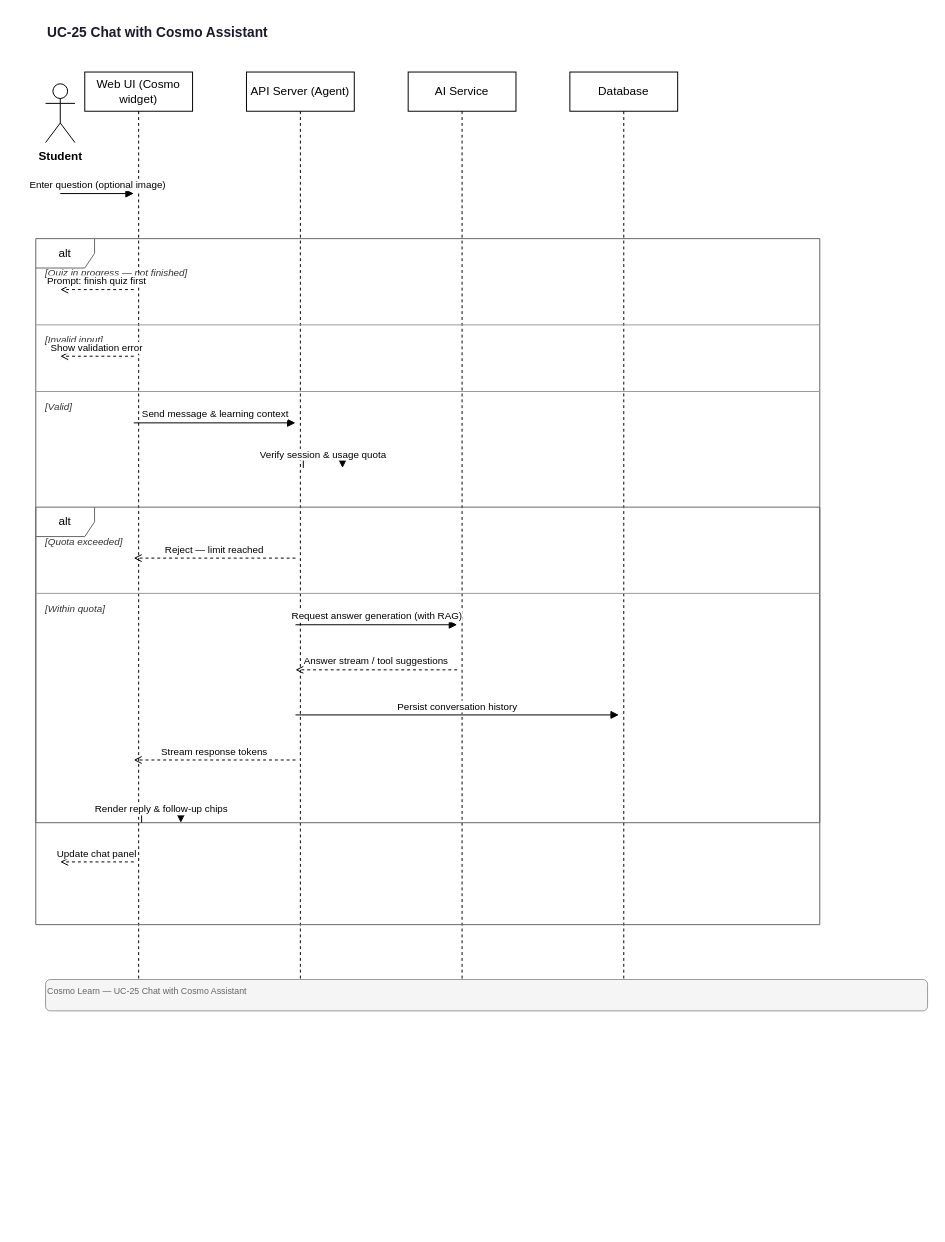
Before: docs/diagrams/sequence/UC-25-Chat-with-Cosmo.drawio in quangg1/ASTRO_EDU, a draw.io diagram. Source tidied: cells renumbered, new cells numbered last; positions are measured from the earlier drawing's top-left corner, leaving out a move shared by most shapes. Both pictures are drawn from the tidied source at 98%, with x=0, y=0 at pixel (35, 17).
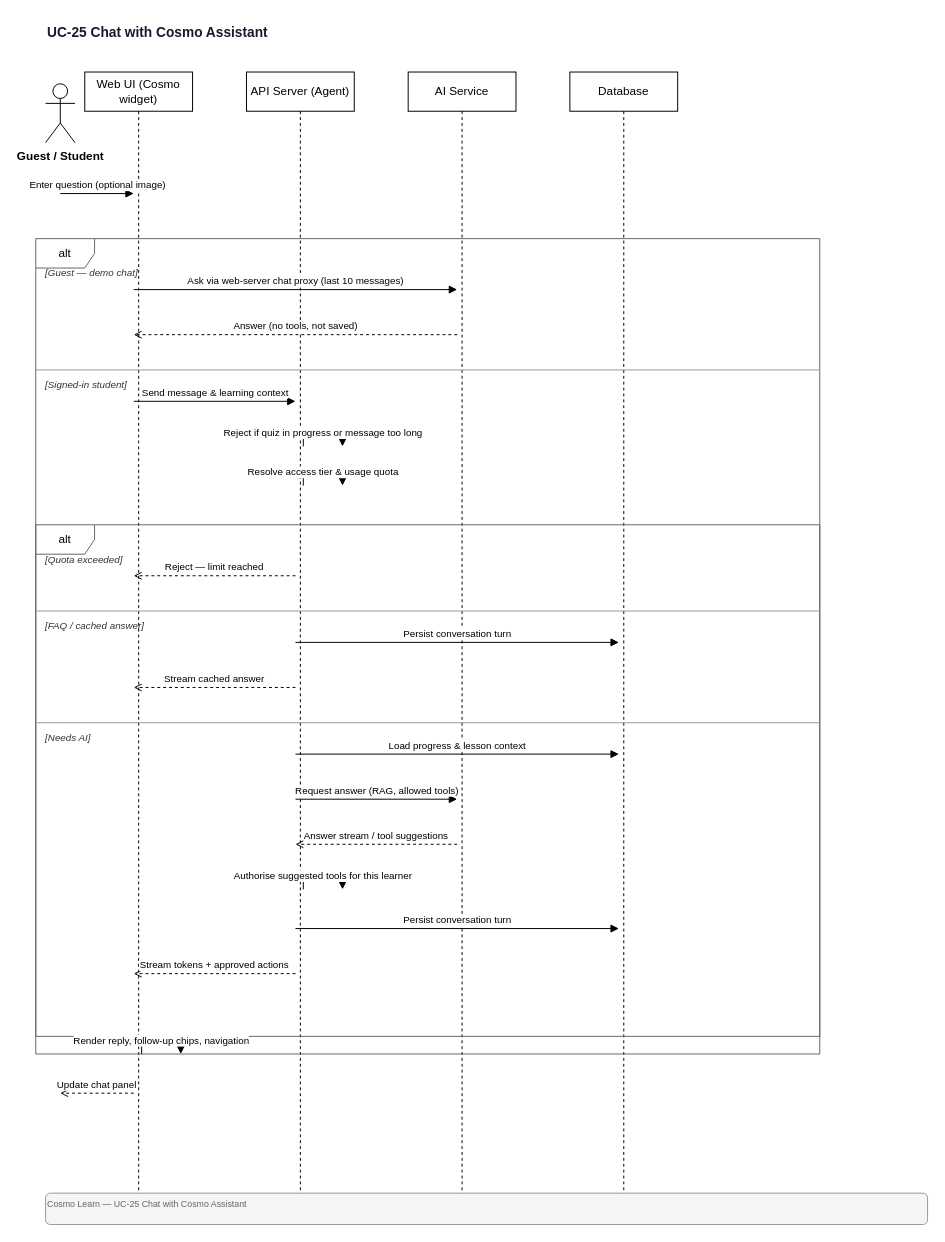
Above is the later version.

Diff of the diagram source:
```diff
@@
-    <mxCell id="3" value="Student" style="shape=umlActor;verticalLabelPosition=bottom;verticalAlign=top;html=1;fontSize=12;fontStyle=1;" parent="1" vertex="1">
+    <mxCell id="3" value="Guest / Student" style="shape=umlActor;verticalLabelPosition=bottom;verticalAlign=top;html=1;fontSize=12;fontStyle=1;" parent="1" vertex="1">
       <mxGeometry x="10" y="68" width="30" height="60" as="geometry" />
     </mxCell>
     <mxCell id="4" value="Web UI (Cosmo widget)" style="shape=umlLifeline;perimeter=lifelinePerimeter;whiteSpace=wrap;html=1;size=40;" parent="1" vertex="1">
-      <mxGeometry x="50" y="56" width="110" height="928" as="geometry" />
+      <mxGeometry x="50" y="56" width="110" height="1146" as="geometry" />
     </mxCell>
     <mxCell id="5" value="API Server (Agent)" style="shape=umlLifeline;perimeter=lifelinePerimeter;whiteSpace=wrap;html=1;size=40;" parent="1" vertex="1">
-      <mxGeometry x="215" y="56" width="110" height="928" as="geometry" />
+      <mxGeometry x="215" y="56" width="110" height="1146" as="geometry" />
     </mxCell>
     <mxCell id="6" value="AI Service" style="shape=umlLifeline;perimeter=lifelinePerimeter;whiteSpace=wrap;html=1;size=40;" parent="1" vertex="1">
-      <mxGeometry x="380" y="56" width="110" height="928" as="geometry" />
+      <mxGeometry x="380" y="56" width="110" height="1146" as="geometry" />
     </mxCell>
     <mxCell id="7" value="Database" style="shape=umlLifeline;perimeter=lifelinePerimeter;whiteSpace=wrap;html=1;size=40;" parent="1" vertex="1">
-      <mxGeometry x="545" y="56" width="110" height="928" as="geometry" />
+      <mxGeometry x="545" y="56" width="110" height="1146" as="geometry" />
     </mxCell>
@@
     <mxCell id="9" value="alt" style="shape=umlFrame;whiteSpace=wrap;html=1;fillColor=none;strokeColor=#666666;" parent="1" vertex="1">
-      <mxGeometry y="226" width="800" height="700" as="geometry" />
+      <mxGeometry y="226" width="800" height="832" as="geometry" />
     </mxCell>
-    <mxCell id="10" value="[Quiz in progress — not finished]" style="text;html=1;strokeColor=none;fillColor=none;align=left;verticalAlign=middle;fontSize=10;fontStyle=2;fontColor=#333333;" parent="1" vertex="1">
+    <mxCell id="10" value="[Guest — demo chat]" style="text;html=1;strokeColor=none;fillColor=none;align=left;verticalAlign=middle;fontSize=10;fontStyle=2;fontColor=#333333;" parent="1" vertex="1">
       <mxGeometry x="8" y="252" width="784" height="18" as="geometry" />
     </mxCell>
-    <mxCell id="11" value="Prompt: finish quiz first" style="endArrow=open;endFill=0;html=1;dashed=1;fontSize=10;verticalAlign=bottom;" parent="1" edge="1">
+    <mxCell id="11" value="Ask via web-server chat proxy (last 10 messages)" style="endArrow=block;endFill=1;html=1;fontSize=10;verticalAlign=bottom;" parent="1" edge="1">
       <mxGeometry relative="1" as="geometry">
         <mxPoint x="100" y="278" as="sourcePoint" />
-        <mxPoint x="25" y="278" as="targetPoint" />
+        <mxPoint x="430" y="278" as="targetPoint" />
       </mxGeometry>
     </mxCell>
-    <mxCell id="12" value="[Invalid input]" style="text;html=1;strokeColor=none;fillColor=none;align=left;verticalAlign=middle;fontSize=10;fontStyle=2;fontColor=#333333;" parent="1" vertex="1">
-      <mxGeometry x="8" y="320" width="784" height="18" as="geometry" />
+    <mxCell id="12" value="Answer (no tools, not saved)" style="endArrow=open;endFill=0;html=1;dashed=1;fontSize=10;verticalAlign=bottom;" parent="1" edge="1">
+      <mxGeometry relative="1" as="geometry">
+        <mxPoint x="430" y="324" as="sourcePoint" />
+        <mxPoint x="100" y="324" as="targetPoint" />
+      </mxGeometry>
     </mxCell>
-    <mxCell id="13" style="endArrow=none;html=1;strokeWidth=1;strokeColor=#999999;" parent="1" edge="1">
-      <mxGeometry relative="1" as="geometry">
-        <mxPoint y="314" as="sourcePoint" />
-        <mxPoint x="800" y="314" as="targetPoint" />
-      </mxGeometry>
+    <mxCell id="13" value="[Signed-in student]" style="text;html=1;strokeColor=none;fillColor=none;align=left;verticalAlign=middle;fontSize=10;fontStyle=2;fontColor=#333333;" parent="1" vertex="1">
+      <mxGeometry x="8" y="366" width="784" height="18" as="geometry" />
     </mxCell>
-    <mxCell id="14" value="Show validation error" style="endArrow=open;endFill=0;html=1;dashed=1;fontSize=10;verticalAlign=bottom;" parent="1" edge="1">
+    <mxCell id="14" style="endArrow=none;html=1;strokeWidth=1;strokeColor=#999999;" parent="1" edge="1">
       <mxGeometry relative="1" as="geometry">
-        <mxPoint x="100" y="346" as="sourcePoint" />
-        <mxPoint x="25" y="346" as="targetPoint" />
+        <mxPoint y="360" as="sourcePoint" />
+        <mxPoint x="800" y="360" as="targetPoint" />
       </mxGeometry>
     </mxCell>
-    <mxCell id="15" value="[Valid]" style="text;html=1;strokeColor=none;fillColor=none;align=left;verticalAlign=middle;fontSize=10;fontStyle=2;fontColor=#333333;" parent="1" vertex="1">
-      <mxGeometry x="8" y="388" width="784" height="18" as="geometry" />
+    <mxCell id="15" value="Send message &amp; learning context" style="endArrow=block;endFill=1;html=1;fontSize=10;verticalAlign=bottom;" parent="1" edge="1">
+      <mxGeometry relative="1" as="geometry">
+        <mxPoint x="100" y="392" as="sourcePoint" />
+        <mxPoint x="265" y="392" as="targetPoint" />
+      </mxGeometry>
     </mxCell>
-    <mxCell id="16" style="endArrow=none;html=1;strokeWidth=1;strokeColor=#999999;" parent="1" edge="1">
+    <mxCell id="16" value="Reject if quiz in progress or message too long" style="endArrow=block;endFill=1;html=1;fontSize=10;edgeStyle=orthogonalEdgeStyle;rounded=0;" parent="1" edge="1">
       <mxGeometry relative="1" as="geometry">
-        <mxPoint y="382" as="sourcePoint" />
-        <mxPoint x="800" y="382" as="targetPoint" />
+        <mxPoint x="273" y="438" as="sourcePoint" />
+        <mxPoint x="313" y="438" as="targetPoint" />
+        <Array as="points">
+          <mxPoint x="313" y="424" />
+          <mxPoint x="273" y="424" />
+        </Array>
       </mxGeometry>
     </mxCell>
-    <mxCell id="17" value="Send message &amp; learning context" style="endArrow=block;endFill=1;html=1;fontSize=10;verticalAlign=bottom;" parent="1" edge="1">
+    <mxCell id="17" value="Resolve access tier &amp; usage quota" style="endArrow=block;endFill=1;html=1;fontSize=10;edgeStyle=orthogonalEdgeStyle;rounded=0;" parent="1" edge="1">
       <mxGeometry relative="1" as="geometry">
-        <mxPoint x="100" y="414" as="sourcePoint" />
-        <mxPoint x="265" y="414" as="targetPoint" />
+        <mxPoint x="273" y="478" as="sourcePoint" />
+        <mxPoint x="313" y="478" as="targetPoint" />
+        <Array as="points">
+          <mxPoint x="313" y="464" />
+          <mxPoint x="273" y="464" />
+        </Array>
       </mxGeometry>
     </mxCell>
-    <mxCell id="18" value="Verify session &amp; usage quota" style="endArrow=block;endFill=1;html=1;fontSize=10;edgeStyle=orthogonalEdgeStyle;rounded=0;" parent="1" edge="1">
-      <mxGeometry relative="1" as="geometry">
-        <mxPoint x="273" y="460" as="sourcePoint" />
-        <mxPoint x="313" y="460" as="targetPoint" />
-        <Array as="points">
-          <mxPoint x="313" y="446" />
-          <mxPoint x="273" y="446" />
-        </Array>
-      </mxGeometry>
+    <mxCell id="18" value="alt" style="shape=umlFrame;whiteSpace=wrap;html=1;fillColor=none;strokeColor=#666666;" parent="1" vertex="1">
+      <mxGeometry y="518" width="800" height="522" as="geometry" />
     </mxCell>
-    <mxCell id="19" value="alt" style="shape=umlFrame;whiteSpace=wrap;html=1;fillColor=none;strokeColor=#666666;" parent="1" vertex="1">
-      <mxGeometry y="500" width="800" height="322" as="geometry" />
+    <mxCell id="19" value="[Quota exceeded]" style="text;html=1;strokeColor=none;fillColor=none;align=left;verticalAlign=middle;fontSize=10;fontStyle=2;fontColor=#333333;" parent="1" vertex="1">
+      <mxGeometry x="8" y="544" width="784" height="18" as="geometry" />
     </mxCell>
-    <mxCell id="20" value="[Quota exceeded]" style="text;html=1;strokeColor=none;fillColor=none;align=left;verticalAlign=middle;fontSize=10;fontStyle=2;fontColor=#333333;" parent="1" vertex="1">
-      <mxGeometry x="8" y="526" width="784" height="18" as="geometry" />
+    <mxCell id="20" value="Reject — limit reached" style="endArrow=open;endFill=0;html=1;dashed=1;fontSize=10;verticalAlign=bottom;" parent="1" edge="1">
+      <mxGeometry relative="1" as="geometry">
+        <mxPoint x="265" y="570" as="sourcePoint" />
+        <mxPoint x="100" y="570" as="targetPoint" />
+      </mxGeometry>
     </mxCell>
-    <mxCell id="21" value="Reject — limit reached" style="endArrow=open;endFill=0;html=1;dashed=1;fontSize=10;verticalAlign=bottom;" parent="1" edge="1">
-      <mxGeometry relative="1" as="geometry">
-        <mxPoint x="265" y="552" as="sourcePoint" />
-        <mxPoint x="100" y="552" as="targetPoint" />
-      </mxGeometry>
+    <mxCell id="21" value="[FAQ / cached answer]" style="text;html=1;strokeColor=none;fillColor=none;align=left;verticalAlign=middle;fontSize=10;fontStyle=2;fontColor=#333333;" parent="1" vertex="1">
+      <mxGeometry x="8" y="612" width="784" height="18" as="geometry" />
     </mxCell>
-    <mxCell id="22" value="[Within quota]" style="text;html=1;strokeColor=none;fillColor=none;align=left;verticalAlign=middle;fontSize=10;fontStyle=2;fontColor=#333333;" parent="1" vertex="1">
-      <mxGeometry x="8" y="594" width="784" height="18" as="geometry" />
+    <mxCell id="22" style="endArrow=none;html=1;strokeWidth=1;strokeColor=#999999;" parent="1" edge="1">
+      <mxGeometry relative="1" as="geometry">
+        <mxPoint y="606" as="sourcePoint" />
+        <mxPoint x="800" y="606" as="targetPoint" />
+      </mxGeometry>
     </mxCell>
-    <mxCell id="23" style="endArrow=none;html=1;strokeWidth=1;strokeColor=#999999;" parent="1" edge="1">
+    <mxCell id="23" value="Persist conversation turn" style="endArrow=block;endFill=1;html=1;fontSize=10;verticalAlign=bottom;" parent="1" edge="1">
       <mxGeometry relative="1" as="geometry">
-        <mxPoint y="588" as="sourcePoint" />
-        <mxPoint x="800" y="588" as="targetPoint" />
+        <mxPoint x="265" y="638" as="sourcePoint" />
+        <mxPoint x="595" y="638" as="targetPoint" />
       </mxGeometry>
     </mxCell>
-    <mxCell id="24" value="Request answer generation (with RAG)" style="endArrow=block;endFill=1;html=1;fontSize=10;verticalAlign=bottom;" parent="1" edge="1">
+    <mxCell id="24" value="Stream cached answer" style="endArrow=open;endFill=0;html=1;dashed=1;fontSize=10;verticalAlign=bottom;" parent="1" edge="1">
       <mxGeometry relative="1" as="geometry">
-        <mxPoint x="265" y="620" as="sourcePoint" />
-        <mxPoint x="430" y="620" as="targetPoint" />
+        <mxPoint x="265" y="684" as="sourcePoint" />
+        <mxPoint x="100" y="684" as="targetPoint" />
       </mxGeometry>
     </mxCell>
-    <mxCell id="25" value="Answer stream / tool suggestions" style="endArrow=open;endFill=0;html=1;dashed=1;fontSize=10;verticalAlign=bottom;" parent="1" edge="1">
-      <mxGeometry relative="1" as="geometry">
-        <mxPoint x="430" y="666" as="sourcePoint" />
-        <mxPoint x="265" y="666" as="targetPoint" />
-      </mxGeometry>
+    <mxCell id="25" value="[Needs AI]" style="text;html=1;strokeColor=none;fillColor=none;align=left;verticalAlign=middle;fontSize=10;fontStyle=2;fontColor=#333333;" parent="1" vertex="1">
+      <mxGeometry x="8" y="726" width="784" height="18" as="geometry" />
     </mxCell>
-    <mxCell id="26" value="Persist conversation history" style="endArrow=block;endFill=1;html=1;fontSize=10;verticalAlign=bottom;" parent="1" edge="1">
+    <mxCell id="26" style="endArrow=none;html=1;strokeWidth=1;strokeColor=#999999;" parent="1" edge="1">
       <mxGeometry relative="1" as="geometry">
-        <mxPoint x="265" y="712" as="sourcePoint" />
-        <mxPoint x="595" y="712" as="targetPoint" />
+        <mxPoint y="720" as="sourcePoint" />
+        <mxPoint x="800" y="720" as="targetPoint" />
       </mxGeometry>
     </mxCell>
-    <mxCell id="27" value="Stream response tokens" style="endArrow=open;endFill=0;html=1;dashed=1;fontSize=10;verticalAlign=bottom;" parent="1" edge="1">
+    <mxCell id="27" value="Load progress &amp; lesson context" style="endArrow=block;endFill=1;html=1;fontSize=10;verticalAlign=bottom;" parent="1" edge="1">
       <mxGeometry relative="1" as="geometry">
-        <mxPoint x="265" y="758" as="sourcePoint" />
-        <mxPoint x="100" y="758" as="targetPoint" />
+        <mxPoint x="265" y="752" as="sourcePoint" />
+        <mxPoint x="595" y="752" as="targetPoint" />
       </mxGeometry>
     </mxCell>
-    <mxCell id="28" value="Render reply &amp; follow-up chips" style="endArrow=block;endFill=1;html=1;fontSize=10;edgeStyle=orthogonalEdgeStyle;rounded=0;" parent="1" edge="1">
+    <mxCell id="28" value="Request answer (RAG, allowed tools)" style="endArrow=block;endFill=1;html=1;fontSize=10;verticalAlign=bottom;" parent="1" edge="1">
       <mxGeometry relative="1" as="geometry">
-        <mxPoint x="108" y="822" as="sourcePoint" />
-        <mxPoint x="148" y="822" as="targetPoint" />
-        <Array as="points">
-          <mxPoint x="148" y="808" />
-          <mxPoint x="108" y="808" />
-        </Array>
+        <mxPoint x="265" y="798" as="sourcePoint" />
+        <mxPoint x="430" y="798" as="targetPoint" />
       </mxGeometry>
     </mxCell>
-    <mxCell id="29" value="Update chat panel" style="endArrow=open;endFill=0;html=1;dashed=1;fontSize=10;verticalAlign=bottom;" parent="1" edge="1">
+    <mxCell id="29" value="Answer stream / tool suggestions" style="endArrow=open;endFill=0;html=1;dashed=1;fontSize=10;verticalAlign=bottom;" parent="1" edge="1">
       <mxGeometry relative="1" as="geometry">
-        <mxPoint x="100" y="862" as="sourcePoint" />
-        <mxPoint x="25" y="862" as="targetPoint" />
+        <mxPoint x="430" y="844" as="sourcePoint" />
+        <mxPoint x="265" y="844" as="targetPoint" />
       </mxGeometry>
     </mxCell>
-    <mxCell id="30" value="Cosmo Learn — UC-25 Chat with Cosmo Assistant" style="text;html=1;strokeColor=#999;fillColor=#f5f5f5;align=left;verticalAlign=top;fontSize=9;fontColor=#666;rounded=1;" parent="1" vertex="1">
-      <mxGeometry x="10" y="982" width="900" height="32" as="geometry" />
+    <mxCell id="30" value="Authorise suggested tools for this learner" style="endArrow=block;endFill=1;html=1;fontSize=10;edgeStyle=orthogonalEdgeStyle;rounded=0;" parent="1" edge="1">
+      <mxGeometry relative="1" as="geometry">
+        <mxPoint x="273" y="890" as="sourcePoint" />
+        <mxPoint x="313" y="890" as="targetPoint" />
+        <Array as="points">
+          <mxPoint x="313" y="876" />
+          <mxPoint x="273" y="876" />
+        </Array>
+      </mxGeometry>
     </mxCell>
+    <mxCell id="31" value="Persist conversation turn" style="endArrow=block;endFill=1;html=1;fontSize=10;verticalAlign=bottom;" parent="1" edge="1">
+      <mxGeometry relative="1" as="geometry">
+        <mxPoint x="265" y="930" as="sourcePoint" />
+        <mxPoint x="595" y="930" as="targetPoint" />
+      </mxGeometry>
+    </mxCell>
+    <mxCell id="32" value="Stream tokens + approved actions" style="endArrow=open;endFill=0;html=1;dashed=1;fontSize=10;verticalAlign=bottom;" parent="1" edge="1">
+      <mxGeometry relative="1" as="geometry">
+        <mxPoint x="265" y="976" as="sourcePoint" />
+        <mxPoint x="100" y="976" as="targetPoint" />
+      </mxGeometry>
+    </mxCell>
+    <mxCell id="33" value="Render reply, follow-up chips, navigation" style="endArrow=block;endFill=1;html=1;fontSize=10;edgeStyle=orthogonalEdgeStyle;rounded=0;" parent="1" edge="1">
+      <mxGeometry relative="1" as="geometry">
+        <mxPoint x="108" y="1058" as="sourcePoint" />
+        <mxPoint x="148" y="1058" as="targetPoint" />
+        <Array as="points">
+          <mxPoint x="148" y="1044" />
+          <mxPoint x="108" y="1044" />
+        </Array>
+      </mxGeometry>
+    </mxCell>
+    <mxCell id="34" value="Update chat panel" style="endArrow=open;endFill=0;html=1;dashed=1;fontSize=10;verticalAlign=bottom;" parent="1" edge="1">
+      <mxGeometry relative="1" as="geometry">
+        <mxPoint x="100" y="1098" as="sourcePoint" />
+        <mxPoint x="25" y="1098" as="targetPoint" />
+      </mxGeometry>
+    </mxCell>
+    <mxCell id="35" value="Cosmo Learn — UC-25 Chat with Cosmo Assistant" style="text;html=1;strokeColor=#999;fillColor=#f5f5f5;align=left;verticalAlign=top;fontSize=9;fontColor=#666;rounded=1;" parent="1" vertex="1">
+      <mxGeometry x="10" y="1200" width="900" height="32" as="geometry" />
+    </mxCell>
```
